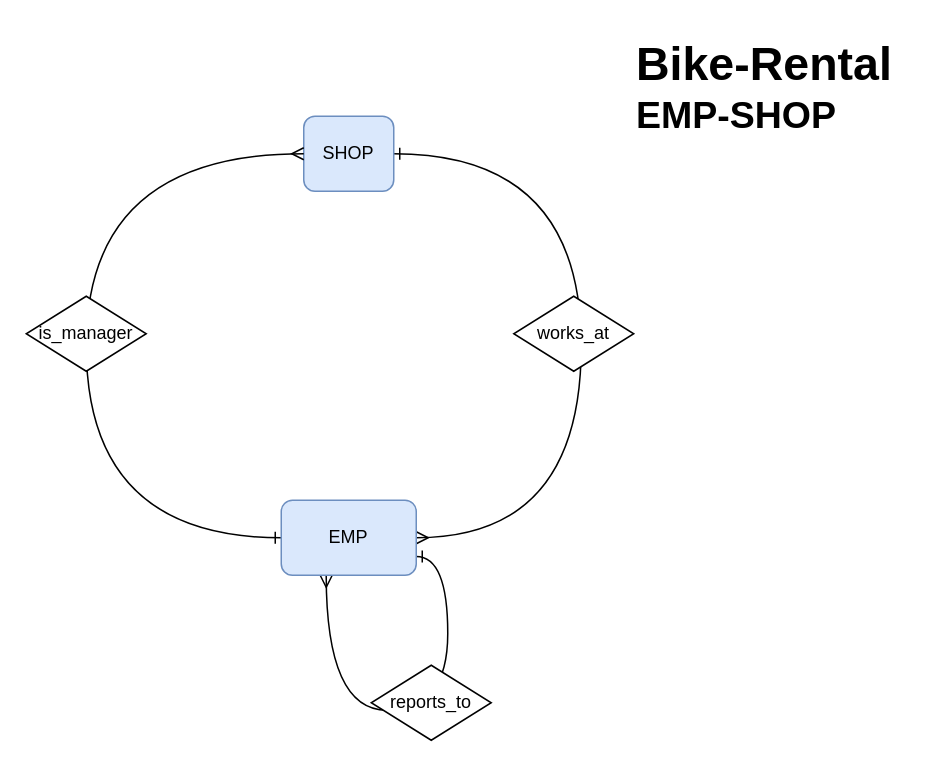
This is figures/erd01_small.drawio from kgdeck/db_bike_rental, a draw.io file, before an edit. Source tidied: cells renumbered, new cells numbered last; positions are measured from the earlier drawing's top-left corner, leaving out a move shared by most shapes. Both pictures are drawn from the tidied source at 150%, with x=0, y=0 at pixel (26, 26).
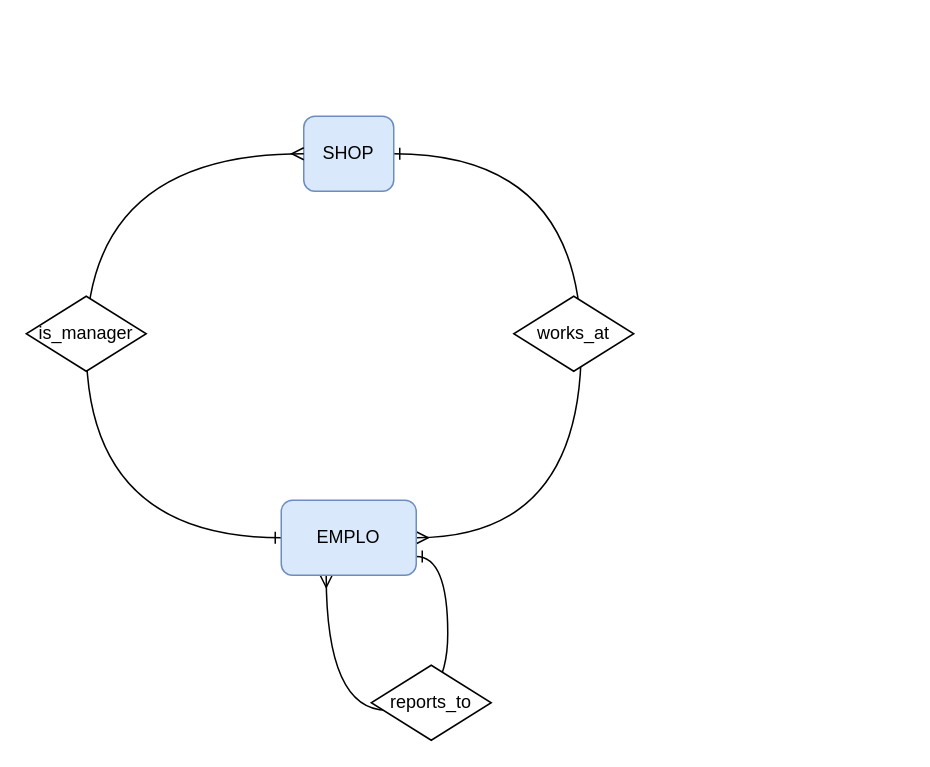
After the change.

The edit, as a diff of the source:
```diff
@@
 <mxGraphModel>
   <root>
     <mxCell id="0" />
     <mxCell id="1" parent="0" />
     <mxCell id="2" style="edgeStyle=orthogonalEdgeStyle;rounded=0;jettySize=auto;html=1;exitX=1;exitY=0.5;exitDx=0;exitDy=0;curved=1;entryX=1;entryY=0.5;entryDx=0;entryDy=0;endArrow=ERmany;endFill=0;startArrow=ERone;startFill=0;" parent="1" edge="1" source="3" target="6">
       <mxGeometry relative="1" as="geometry">
         <Array as="points">
           <mxPoint x="370" y="85" />
           <mxPoint x="370" y="341" />
         </Array>
       </mxGeometry>
     </mxCell>
     <mxCell id="3" value="SHOP" style="rounded=1;whiteSpace=wrap;html=1;fillColor=#dae8fc;strokeColor=#6c8ebf;" parent="1" vertex="1">
       <mxGeometry x="185" y="60" width="60" height="50" as="geometry" />
     </mxCell>
     <mxCell id="4" style="edgeStyle=orthogonalEdgeStyle;rounded=0;jettySize=auto;html=1;curved=1;entryX=0;entryY=0.5;entryDx=0;entryDy=0;endArrow=ERmany;endFill=0;startArrow=ERone;startFill=0;" parent="1" edge="1" source="6" target="3">
       <mxGeometry relative="1" as="geometry">
         <Array as="points">
           <mxPoint x="40" y="341" />
           <mxPoint x="40" y="85" />
         </Array>
       </mxGeometry>
     </mxCell>
     <mxCell id="5" style="edgeStyle=orthogonalEdgeStyle;rounded=0;orthogonalLoop=1;jettySize=auto;html=1;exitX=1;exitY=0.75;exitDx=0;exitDy=0;curved=1;entryX=0.333;entryY=1;entryDx=0;entryDy=0;entryPerimeter=0;endArrow=ERmany;endFill=0;startArrow=ERone;startFill=0;" parent="1" edge="1" source="6" target="6">
       <mxGeometry relative="1" as="geometry">
         <Array as="points">
           <mxPoint x="281" y="354" />
           <mxPoint x="281" y="456" />
           <mxPoint x="200" y="456" />
         </Array>
       </mxGeometry>
     </mxCell>
-    <mxCell id="6" value="EMP" style="rounded=1;whiteSpace=wrap;html=1;fillColor=#dae8fc;strokeColor=#6c8ebf;" parent="1" vertex="1">
+    <mxCell id="6" value="EMPLO" style="rounded=1;whiteSpace=wrap;html=1;fillColor=#dae8fc;strokeColor=#6c8ebf;" parent="1" vertex="1">
       <mxGeometry x="170" y="316" width="90" height="50" as="geometry" />
     </mxCell>
     <mxCell id="7" value="works_at" style="shape=rhombus;perimeter=rhombusPerimeter;whiteSpace=wrap;html=1;align=center;" parent="1" vertex="1">
       <mxGeometry x="325" y="180" width="80" height="50" as="geometry" />
     </mxCell>
     <mxCell id="8" value="reports_to" style="shape=rhombus;perimeter=rhombusPerimeter;whiteSpace=wrap;html=1;align=center;" parent="1" vertex="1">
       <mxGeometry x="230" y="426" width="80" height="50" as="geometry" />
     </mxCell>
     <mxCell id="9" value="is_manager" style="shape=rhombus;perimeter=rhombusPerimeter;whiteSpace=wrap;html=1;align=center;" parent="1" vertex="1">
       <mxGeometry y="180" width="80" height="50" as="geometry" />
     </mxCell>
-    <mxCell id="10" value="&lt;font style=&quot;font-size: 31px;&quot;&gt;&lt;b&gt;Bike-Rental&lt;/b&gt;&lt;/font&gt;&lt;div&gt;&lt;span style=&quot;font-size: 25px;&quot;&gt;&lt;b&gt;EMP-SHOP&lt;/b&gt;&lt;/span&gt;&lt;/div&gt;" style="text;html=1;whiteSpace=wrap;overflow=hidden;rounded=0;" parent="1" vertex="1">
-      <mxGeometry x="405" width="180" height="120" as="geometry" />
-    </mxCell>
   </root>
 </mxGraphModel>
```
